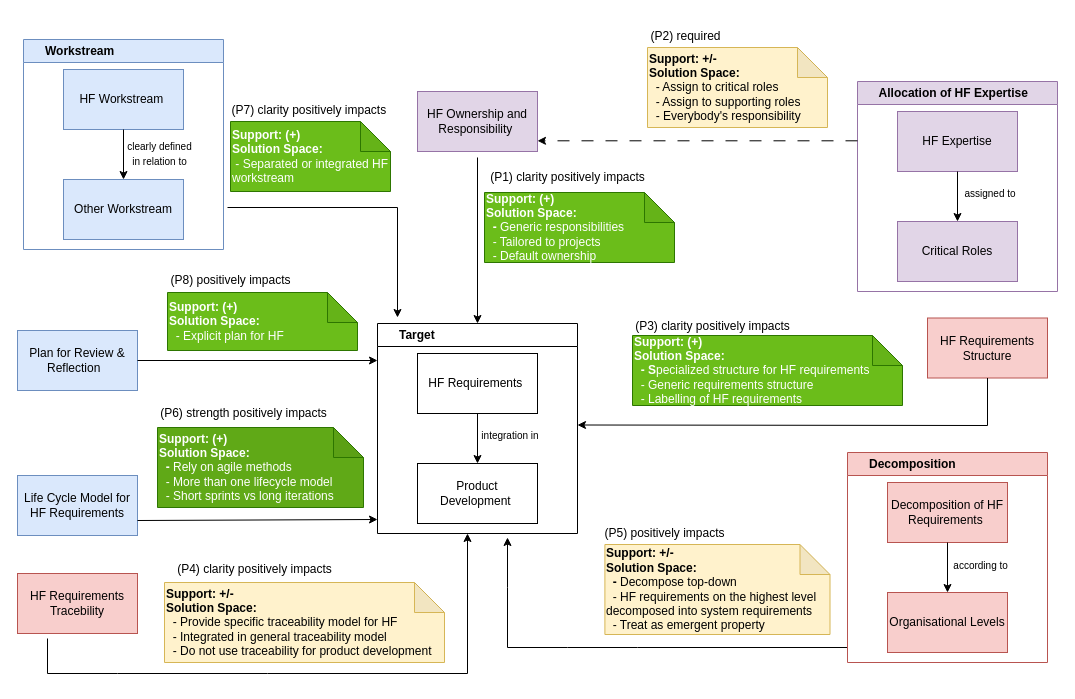
The draw.io diagram page "Page-4" (4 of 5) of HF Strategy.drawio in amnapir/Figures, before the edit. Source tidied: cells renumbered, new cells numbered last; positions are measured from the earlier drawing's top-left corner, leaving out a move shared by most shapes. Both pictures are drawn from the tidied source at 100%, with x=0, y=0 at pixel (17, 17).
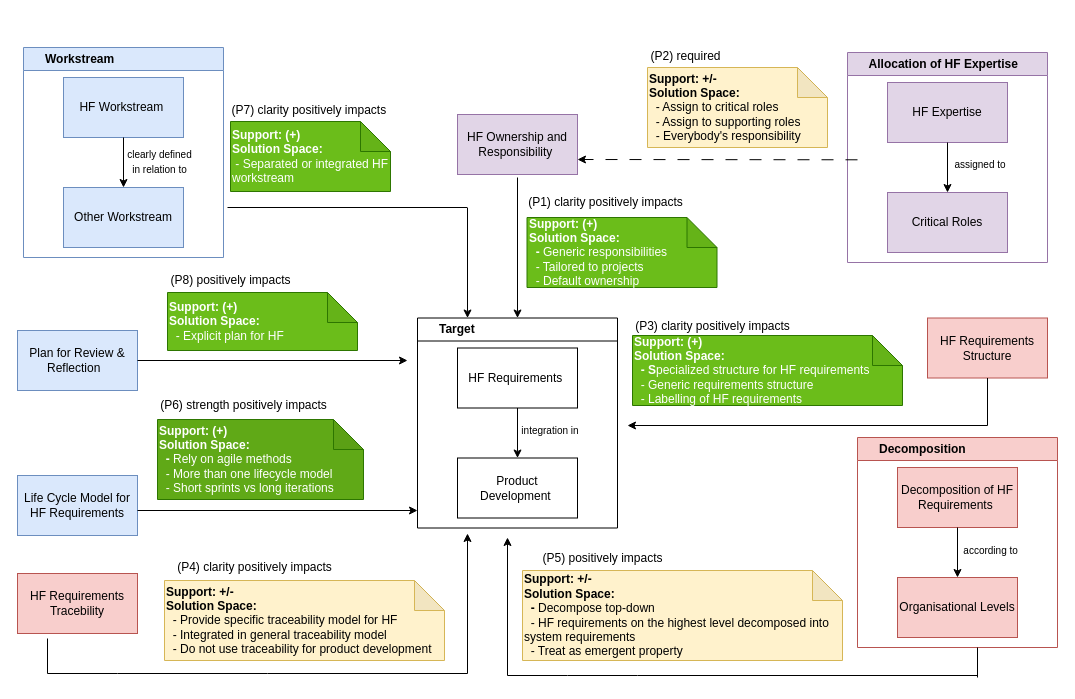
Above is the later version.

The change refers to these unchanged cells:
```xml
<mxCell id="3" value="Plan for Review &amp;amp; Reflection &amp;nbsp;" style="rounded=0;whiteSpace=wrap;html=1;fillColor=#dae8fc;strokeColor=#6c8ebf;" parent="1" vertex="1">
  <mxGeometry y="313" width="120" height="60" as="geometry" />
</mxCell>
<mxCell id="45" value="(P1) clarity positively impacts" style="text;html=1;align=center;verticalAlign=middle;points=[];strokeColor=none;fillColor=none;" parent="43" vertex="1">
  <mxGeometry x="-7" width="180" height="30" as="geometry" />
</mxCell>
<mxCell id="49" value="Life Cycle Model for HF Requirements" style="rounded=0;whiteSpace=wrap;html=1;fillColor=#dae8fc;strokeColor=#6c8ebf;" parent="1" vertex="1">
  <mxGeometry y="458" width="120" height="60" as="geometry" />
</mxCell>
```

Diff of the diagram source:
```diff
@@
     <mxCell id="2" value="HF Ownership and Responsibility&amp;nbsp;" style="rounded=0;whiteSpace=wrap;html=1;fillColor=#e1d5e7;strokeColor=#9673a6;" parent="1" vertex="1">
-      <mxGeometry x="400" y="74" width="120" height="60" as="geometry" />
+      <mxGeometry x="440" y="97" width="120" height="60" as="geometry" />
     </mxCell>
@@
     <mxCell id="4" style="endArrow=classic;html=1;rounded=0;exitX=1;exitY=0.5;exitDx=0;exitDy=0;" parent="1" edge="1" source="3">
       <mxGeometry relative="1" as="geometry">
-        <mxPoint x="360" y="343" as="targetPoint" />
+        <mxPoint x="390" y="343" as="targetPoint" />
       </mxGeometry>
     </mxCell>
     <mxCell id="5" style="endArrow=classic;html=1;rounded=0;" parent="1" edge="1">
       <mxGeometry relative="1" as="geometry">
-        <mxPoint x="380" y="190" as="sourcePoint" />
-        <mxPoint x="380" y="300" as="targetPoint" />
+        <mxPoint x="450" y="190.5" as="sourcePoint" />
+        <mxPoint x="450" y="300.5" as="targetPoint" />
       </mxGeometry>
     </mxCell>
     <mxCell id="6" value="&amp;nbsp; &amp;nbsp; &amp;nbsp; Workstream" style="swimlane;whiteSpace=wrap;html=1;align=left;fillColor=#dae8fc;strokeColor=#6c8ebf;" parent="1" vertex="1">
-      <mxGeometry x="6" y="22" width="200" height="210" as="geometry" />
+      <mxGeometry x="6" y="30" width="200" height="210" as="geometry" />
     </mxCell>
@@
     <mxCell id="11" value="&amp;nbsp; &amp;nbsp; &amp;nbsp; Target&amp;nbsp;" style="swimlane;whiteSpace=wrap;html=1;align=left;" parent="1" vertex="1">
-      <mxGeometry x="360" y="306" width="200" height="210" as="geometry" />
+      <mxGeometry x="400" y="300.5" width="200" height="210" as="geometry" />
     </mxCell>
@@
-    <mxCell id="17" style="endArrow=classic;html=1;rounded=0;entryX=1;entryY=0.25;entryDx=0;entryDy=0;" parent="1" edge="1">
+    <mxCell id="17" style="endArrow=classic;html=1;rounded=0;" parent="1" edge="1">
       <mxGeometry relative="1" as="geometry">
         <mxPoint x="970" y="408" as="sourcePoint" />
-        <mxPoint x="560" y="407.5" as="targetPoint" />
+        <mxPoint x="610" y="408" as="targetPoint" />
       </mxGeometry>
     </mxCell>
     <mxCell id="18" style="endArrow=classic;html=1;rounded=0;" parent="1" edge="1">
       <mxGeometry relative="1" as="geometry">
-        <mxPoint x="490" y="570" as="sourcePoint" />
+        <mxPoint x="490" y="600" as="sourcePoint" />
         <mxPoint x="490" y="520" as="targetPoint" />
       </mxGeometry>
     </mxCell>
     <mxCell id="19" value="&amp;nbsp; &amp;nbsp; &amp;nbsp; Allocation of HF Expertise&amp;nbsp;" style="swimlane;whiteSpace=wrap;html=1;align=left;fillColor=#e1d5e7;strokeColor=#9673a6;" parent="1" vertex="1">
-      <mxGeometry x="840" y="64" width="200" height="210" as="geometry" />
+      <mxGeometry x="830" y="35" width="200" height="210" as="geometry" />
     </mxCell>
@@
-    <mxCell id="24" style="endArrow=classic;html=1;rounded=0;dashed=1;dashPattern=12 12;entryX=1;entryY=0.5;entryDx=0;entryDy=0;" parent="1" edge="1">
+    <mxCell id="24" style="endArrow=classic;html=1;rounded=0;dashed=1;dashPattern=12 12;" parent="1" edge="1">
       <mxGeometry relative="1" as="geometry">
-        <mxPoint x="840" y="123.3" as="sourcePoint" />
-        <mxPoint x="520" y="123.3" as="targetPoint" />
+        <mxPoint x="840" y="142.3" as="sourcePoint" />
+        <mxPoint x="560" y="142" as="targetPoint" />
       </mxGeometry>
     </mxCell>
-    <mxCell id="25" style="endArrow=classic;html=1;rounded=0;entryX=0.5;entryY=0;entryDx=0;entryDy=0;exitX=0;exitY=-0.167;exitDx=0;exitDy=0;exitPerimeter=0;" parent="1" edge="1" source="45" target="11">
-      <mxGeometry relative="1" as="geometry" />
+    <mxCell id="25" style="endArrow=classic;html=1;rounded=0;entryX=0.5;entryY=0;entryDx=0;entryDy=0;" parent="1" edge="1" target="11">
+      <mxGeometry relative="1" as="geometry">
+        <mxPoint x="500" y="160" as="sourcePoint" />
+      </mxGeometry>
     </mxCell>
     <mxCell id="26" style="endArrow=none;html=1;rounded=0;" parent="1" edge="1">
       <mxGeometry relative="1" as="geometry">
         <mxPoint x="210" y="190" as="sourcePoint" />
-        <mxPoint x="380" y="190" as="targetPoint" />
+        <mxPoint x="450" y="190" as="targetPoint" />
       </mxGeometry>
     </mxCell>
     <mxCell id="27" style="endArrow=none;html=1;rounded=0;" parent="1" edge="1">
       <mxGeometry relative="1" as="geometry">
-        <mxPoint x="490" y="570" as="sourcePoint" />
-        <mxPoint x="830" y="630" as="targetPoint" />
+        <mxPoint x="490" y="598" as="sourcePoint" />
+        <mxPoint x="960" y="658" as="targetPoint" />
         <Array as="points">
-          <mxPoint x="490" y="630" />
-          <mxPoint x="550" y="630" />
-          <mxPoint x="620" y="630" />
+          <mxPoint x="490" y="658" />
+          <mxPoint x="550" y="658" />
+          <mxPoint x="620" y="658" />
         </Array>
       </mxGeometry>
     </mxCell>
@@
     <mxCell id="34" style="group;" parent="1" vertex="1">
-      <mxGeometry x="140" y="380" width="206" height="110" as="geometry" />
+      <mxGeometry x="140" y="372" width="206" height="110" as="geometry" />
     </mxCell>
@@
     <mxCell id="37" style="group;" parent="1" vertex="1">
-      <mxGeometry x="540" y="497" width="340" height="120" as="geometry" />
+      <mxGeometry x="505" y="523" width="340" height="120" as="geometry" />
     </mxCell>
     <mxCell id="38" value="&lt;b style=&quot;border-color: var(--border-color);&quot;&gt;Support: +/-&lt;br style=&quot;border-color: var(--border-color);&quot;&gt;Solution Space: &lt;br&gt;&amp;nbsp; - &lt;/b&gt;&lt;span style=&quot;border-color: var(--border-color);&quot;&gt;Decompose top-down&lt;div&gt;&amp;nbsp; - HF requirements on the highest level decomposed into system requirements&lt;/div&gt;&lt;div&gt;&amp;nbsp; - Treat as emergent property&amp;nbsp;&lt;/div&gt;&lt;/span&gt;" style="shape=note;whiteSpace=wrap;html=1;backgroundOutline=1;darkOpacity=0.05;size=30;align=left;fillColor=#fff2cc;strokeColor=#d6b656;" parent="37" vertex="1">
-      <mxGeometry x="47.4" y="30" width="225.1" height="90" as="geometry" />
+      <mxGeometry y="30" width="320" height="90" as="geometry" />
     </mxCell>
     <mxCell id="39" value="(P5) positively impacts" style="text;html=1;align=center;verticalAlign=middle;strokeColor=none;fillColor=none;" parent="37" vertex="1">
-      <mxGeometry x="36.7" y="4" width="140" height="30" as="geometry" />
+      <mxGeometry x="9.7" y="3" width="140" height="30" as="geometry" />
     </mxCell>
@@
     <mxCell id="43" style="group;" parent="1" vertex="1">
-      <mxGeometry x="467" y="145" width="190" height="100" as="geometry" />
+      <mxGeometry x="504.5" y="170" width="190" height="100" as="geometry" />
     </mxCell>
     <mxCell id="44" value="&lt;b&gt;Support: (+)&lt;br&gt;Solution Space:&lt;br&gt;&amp;nbsp; -&amp;nbsp;&lt;/b&gt;Generic responsibilities&lt;div&gt;&amp;nbsp; - Tailored to projects&lt;/div&gt;&lt;div&gt;&amp;nbsp; - Default ownership&lt;/div&gt;" style="shape=note;whiteSpace=wrap;html=1;backgroundOutline=1;darkOpacity=0.05;size=30;align=left;fillColor=#6BBD1A;strokeColor=#2D7600;fontColor=#ffffff;" parent="43" vertex="1">
-      <mxGeometry y="30" width="190" height="70" as="geometry" />
+      <mxGeometry x="5" y="30" width="190" height="70" as="geometry" />
     </mxCell>
@@
     <mxCell id="46" style="group;" parent="1" vertex="1">
-      <mxGeometry x="630" width="180" height="110" as="geometry" />
+      <mxGeometry x="630" y="20" width="180" height="110" as="geometry" />
     </mxCell>
@@
     <mxCell id="52" style="group;" parent="1" vertex="1">
-      <mxGeometry x="157" y="537" width="270" height="108" as="geometry" />
+      <mxGeometry x="157" y="535" width="270" height="108" as="geometry" />
     </mxCell>
@@
-    <mxCell id="55" style="endArrow=classic;html=1;rounded=0;exitX=1;exitY=0.75;exitDx=0;exitDy=0;" parent="1" edge="1" source="49">
+    <mxCell id="55" style="endArrow=classic;html=1;rounded=0;exitX=1;exitY=0.75;exitDx=0;exitDy=0;" parent="1" edge="1">
       <mxGeometry relative="1" as="geometry">
-        <mxPoint x="360" y="502" as="targetPoint" />
+        <mxPoint x="120" y="493" as="sourcePoint" />
+        <mxPoint x="400" y="493" as="targetPoint" />
       </mxGeometry>
     </mxCell>
     <mxCell id="56" value="&amp;nbsp; &amp;nbsp; &amp;nbsp; Decomposition" style="swimlane;whiteSpace=wrap;html=1;align=left;fillColor=#f8cecc;strokeColor=#b85450;" parent="1" vertex="1">
-      <mxGeometry x="830" y="435" width="200" height="210" as="geometry" />
+      <mxGeometry x="840" y="420" width="200" height="210" as="geometry" />
     </mxCell>
@@
+    <mxCell id="62" style="endArrow=none;html=1;rounded=0;" parent="1" edge="1">
+      <mxGeometry relative="1" as="geometry">
+        <mxPoint x="960" y="660" as="sourcePoint" />
+        <mxPoint x="960" y="630" as="targetPoint" />
+      </mxGeometry>
+    </mxCell>
```
